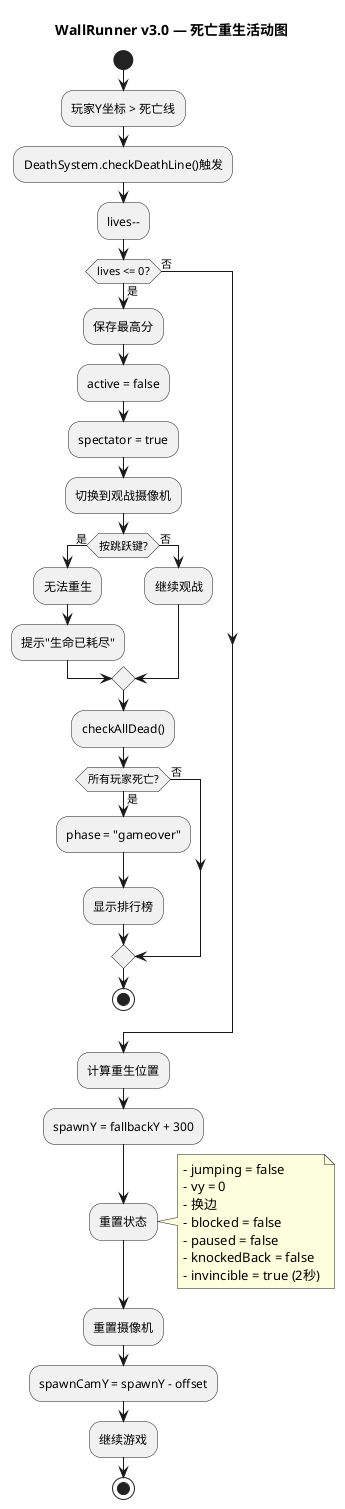
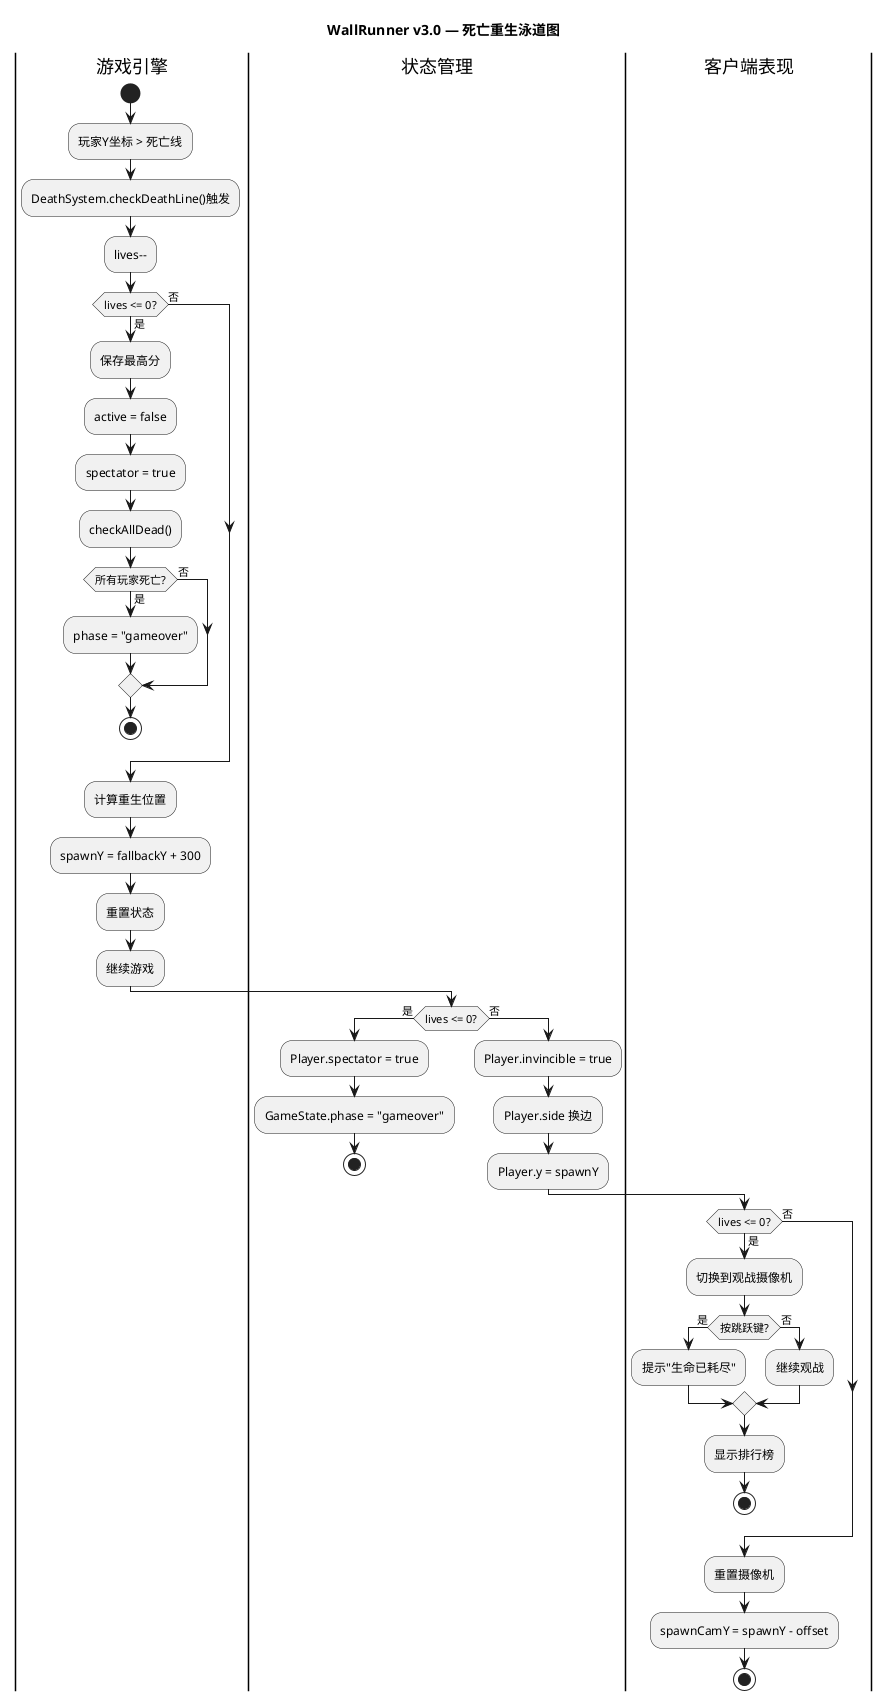
@startuml

- title WallRunner v3.0 — 死亡重生活动图
+ title WallRunner v3.0 — 死亡重生泳道图

+ |游戏引擎|
start
- 
:玩家Y坐标 > 死亡线;
:DeathSystem.checkDeathLine()触发;
- 
:lives--;

if (lives <= 0?) then (是)
  :保存最高分;
  :active = false;
  :spectator = true;
-   :切换到观战摄像机;
-   if (按跳跃键?) then (是)
-     :无法重生;
-     :提示"生命已耗尽";
-   else (否)
-     :继续观战;
-   endif
  :checkAllDead();
  if (所有玩家死亡?) then (是)
    :phase = "gameover";
-     :显示排行榜;
  else (否)
  endif
  stop
else (否)
endif

:计算重生位置;
:spawnY = fallbackY + 300;
+ :重置状态;
+ :继续游戏;

- :重置状态;
- note right
-   - jumping = false
-   - vy = 0
-   - 换边
-   - blocked = false
-   - paused = false
-   - knockedBack = false
-   - invincible = true (2秒)
- end note
+ |状态管理|
+ if (lives <= 0?) then (是)
+   :Player.spectator = true;
+   :GameState.phase = "gameover";
+   stop
+ else (否)
+   :Player.invincible = true;
+   :Player.side 换边;
+   :Player.y = spawnY;
+ endif
+ 
+ |客户端表现|
+ if (lives <= 0?) then (是)
+   :切换到观战摄像机;
+   if (按跳跃键?) then (是)
+     :提示"生命已耗尽";
+   else (否)
+     :继续观战;
+   endif
+   :显示排行榜;
+   stop
+ else (否)
+ endif

:重置摄像机;
:spawnCamY = spawnY - offset;

- :继续游戏;
- 
stop
@enduml
